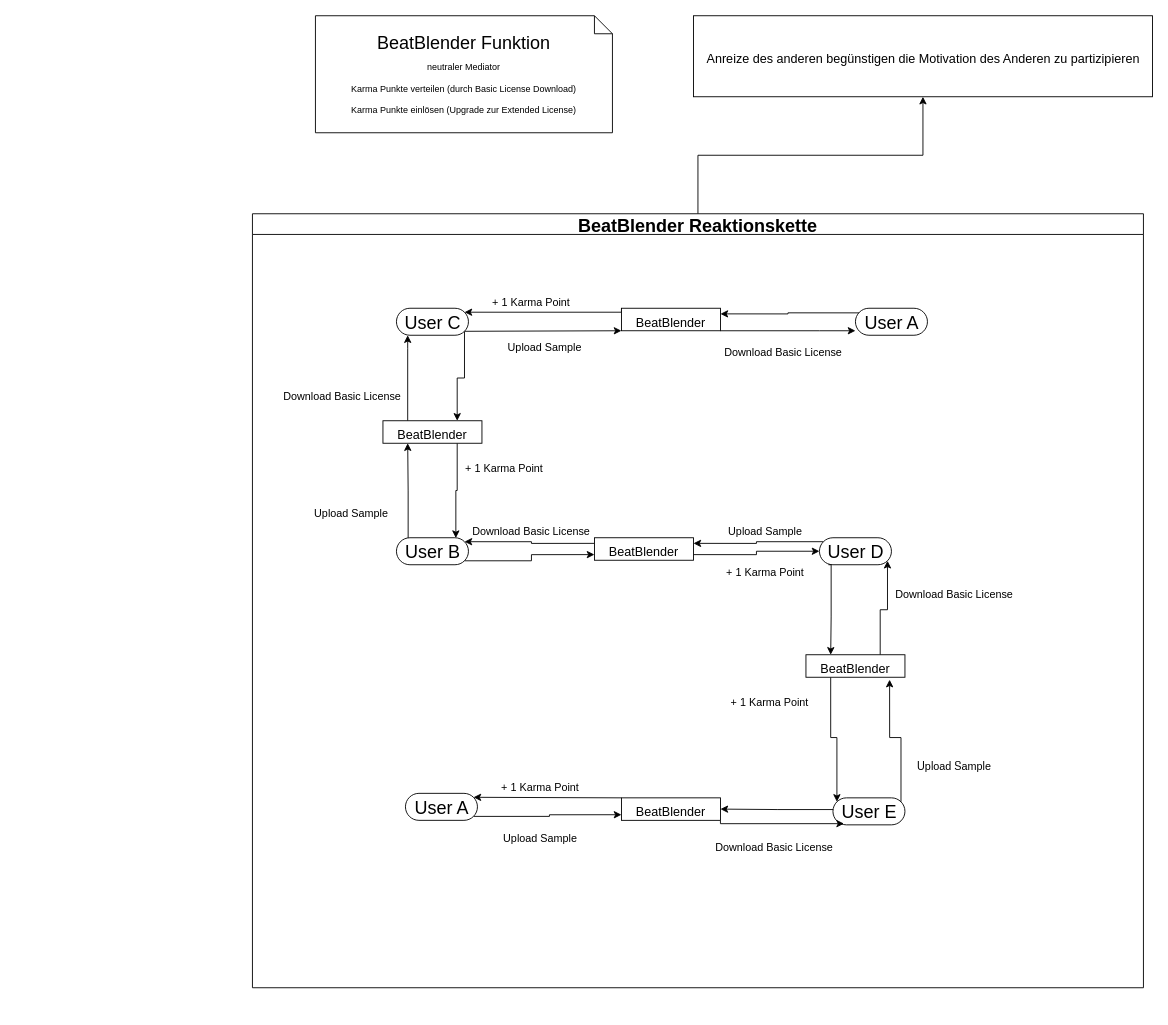
The draw.io diagram page "Reaktionskette" (15 of 15) of beatblender_diagrams.drawio in maximilian-mintchev/Diagrams, before the edit. Source tidied: cells renumbered, new cells numbered last; positions are measured from the earlier drawing's top-left corner, leaving out a move shared by most shapes. Both pictures are drawn from the tidied source at 90%, with x=0, y=0 at pixel (252, 15).
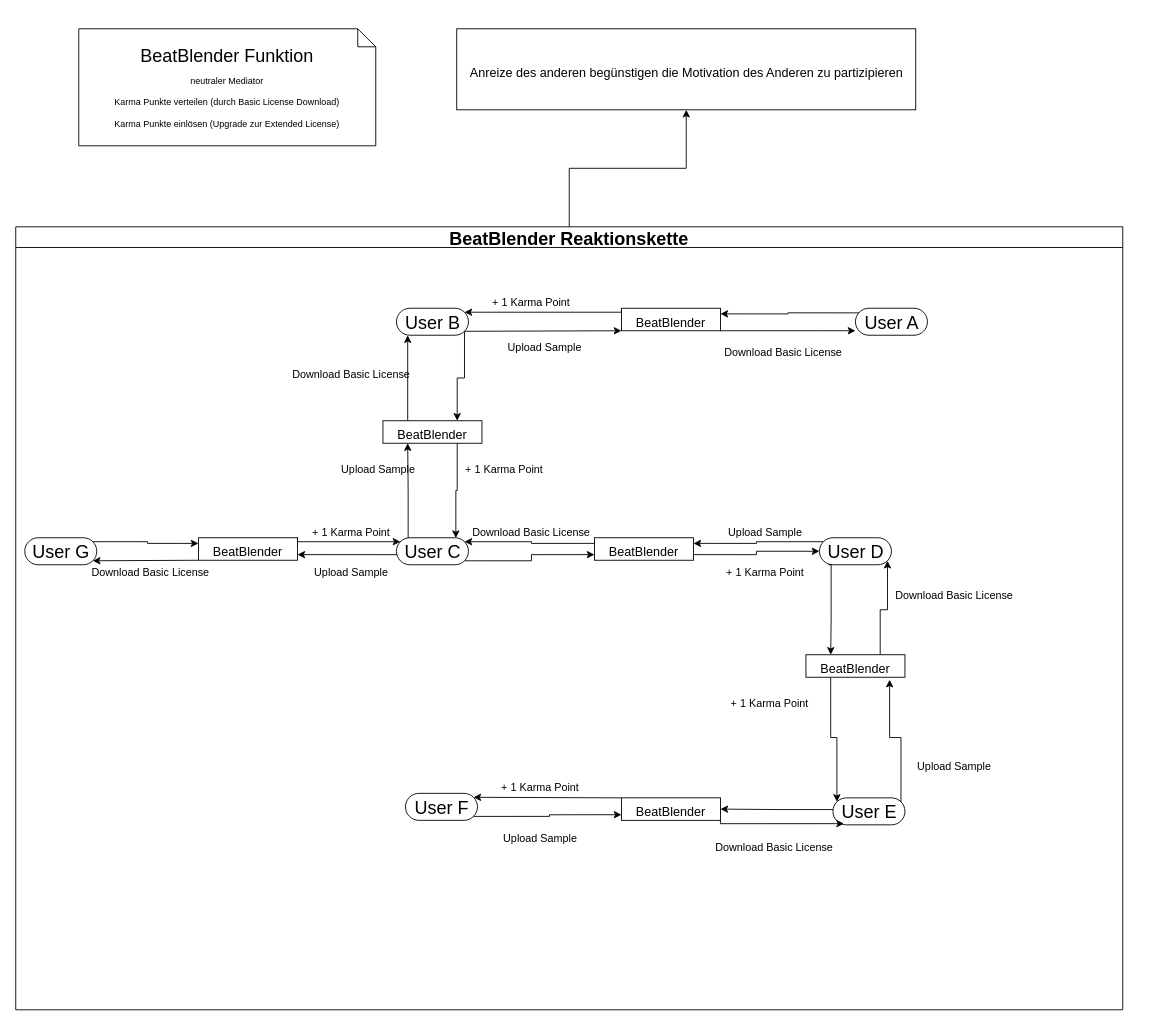
The same diagram, later.

Change to the diagram source:
```diff
@@
-    <mxCell id="6" value="User C" style="html=1;dashed=0;whitespace=wrap;shape=mxgraph.dfd.start;fontSize=20;" parent="1" vertex="1">
+    <mxCell id="6" value="User B" style="html=1;dashed=0;whitespace=wrap;shape=mxgraph.dfd.start;fontSize=20;" parent="1" vertex="1">
       <mxGeometry x="160" y="325" width="80" height="30" as="geometry" />
     </mxCell>
@@
+    <mxCell id="52" style="edgeStyle=orthogonalEdgeStyle;rounded=0;jettySize=auto;html=1;exitX=0;exitY=0;exitDx=4.395;exitDy=25.604999999999997;exitPerimeter=0;entryX=1;entryY=0.75;entryDx=0;entryDy=0;fontSize=20;startArrow=none;startFill=0;endArrow=classic;endFill=1;" parent="1" edge="1" source="11" target="53">
+      <mxGeometry relative="1" as="geometry">
+        <Array as="points">
+          <mxPoint x="164" y="599" />
+        </Array>
+      </mxGeometry>
+    </mxCell>
-    <mxCell id="11" value="User B" style="html=1;dashed=0;whitespace=wrap;shape=mxgraph.dfd.start;fontSize=20;" parent="1" vertex="1">
+    <mxCell id="11" value="User C" style="html=1;dashed=0;whitespace=wrap;shape=mxgraph.dfd.start;fontSize=20;" parent="1" vertex="1">
       <mxGeometry x="160" y="580" width="80" height="30" as="geometry" />
     </mxCell>
@@
-    <mxCell id="21" value="&lt;font style=&quot;font-size: 12px&quot;&gt;Download Basic License&lt;/font&gt;" style="text;html=1;strokeColor=none;fillColor=none;align=center;verticalAlign=middle;whiteSpace=wrap;rounded=0;fontSize=20;" parent="1" vertex="1">
-      <mxGeometry x="30" y="410" width="140" height="20" as="geometry" />
-    </mxCell>
-    <mxCell id="22" value="&lt;font style=&quot;font-size: 12px&quot;&gt;Upload Sample&lt;/font&gt;" style="text;html=1;strokeColor=none;fillColor=none;align=center;verticalAlign=middle;whiteSpace=wrap;rounded=0;fontSize=20;" parent="1" vertex="1">
-      <mxGeometry x="40" y="540" width="140" height="20" as="geometry" />
-    </mxCell>
@@
     <mxCell id="35" value="BeatBlender Reaktionskette" style="swimlane;fontSize=20;" parent="1" vertex="1">
-      <mxGeometry y="220" width="990" height="860" as="geometry" />
+      <mxGeometry x="-263" y="234.5" width="1230" height="870" as="geometry" />
     </mxCell>
     <mxCell id="36" style="edgeStyle=orthogonalEdgeStyle;rounded=0;jettySize=auto;html=1;exitX=0;exitY=0;exitDx=4.395;exitDy=4.395000000000001;exitPerimeter=0;entryX=1;entryY=0.5;entryDx=0;entryDy=0;fontSize=20;startArrow=none;startFill=0;endArrow=classic;endFill=1;" parent="35" edge="1" source="37" target="45">
       <mxGeometry relative="1" as="geometry">
         <Array as="points">
-          <mxPoint x="649" y="662" />
-          <mxPoint x="583" y="662" />
+          <mxPoint x="912" y="647.5" />
+          <mxPoint x="846" y="647.5" />
         </Array>
       </mxGeometry>
     </mxCell>
     <mxCell id="37" value="User E" style="html=1;dashed=0;whitespace=wrap;shape=mxgraph.dfd.start;fontSize=20;" parent="35" vertex="1">
-      <mxGeometry x="645" y="649" width="80" height="30" as="geometry" />
+      <mxGeometry x="908" y="634.5" width="80" height="30" as="geometry" />
     </mxCell>
     <mxCell id="38" value="&lt;font style=&quot;font-size: 12px&quot;&gt;Download Basic License&lt;/font&gt;" style="text;html=1;strokeColor=none;fillColor=none;align=center;verticalAlign=middle;whiteSpace=wrap;rounded=0;fontSize=20;" parent="35" vertex="1">
-      <mxGeometry x="710" y="410" width="140" height="20" as="geometry" />
+      <mxGeometry x="973" y="395.5" width="140" height="20" as="geometry" />
     </mxCell>
     <mxCell id="39" value="&lt;font style=&quot;font-size: 12px&quot;&gt;+ 1 Karma Point&lt;/font&gt;" style="text;html=1;strokeColor=none;fillColor=none;align=center;verticalAlign=middle;whiteSpace=wrap;rounded=0;fontSize=20;" parent="35" vertex="1">
-      <mxGeometry x="505" y="530" width="140" height="20" as="geometry" />
+      <mxGeometry x="768" y="515.5" width="140" height="20" as="geometry" />
     </mxCell>
     <mxCell id="40" value="&lt;font style=&quot;font-size: 12px&quot;&gt;Upload Sample&lt;/font&gt;" style="text;html=1;strokeColor=none;fillColor=none;align=center;verticalAlign=middle;whiteSpace=wrap;rounded=0;fontSize=20;" parent="35" vertex="1">
-      <mxGeometry x="710" y="600" width="140" height="20" as="geometry" />
+      <mxGeometry x="973" y="585.5" width="140" height="20" as="geometry" />
     </mxCell>
@@
-    <mxCell id="42" value="User A" style="html=1;dashed=0;whitespace=wrap;shape=mxgraph.dfd.start;fontSize=20;" parent="35" vertex="1">
-      <mxGeometry x="170" y="644" width="80" height="30" as="geometry" />
+    <mxCell id="42" value="User F" style="html=1;dashed=0;whitespace=wrap;shape=mxgraph.dfd.start;fontSize=20;" parent="35" vertex="1">
+      <mxGeometry x="433" y="629.5" width="80" height="30" as="geometry" />
     </mxCell>
     <mxCell id="43" style="edgeStyle=orthogonalEdgeStyle;rounded=0;jettySize=auto;html=1;exitX=1;exitY=1;exitDx=0;exitDy=0;entryX=0.154;entryY=0.956;entryDx=0;entryDy=0;entryPerimeter=0;fontSize=20;startArrow=none;startFill=0;endArrow=classic;endFill=1;" parent="35" edge="1" source="45" target="37">
       <mxGeometry relative="1" as="geometry">
         <Array as="points">
-          <mxPoint x="520" y="678" />
+          <mxPoint x="783" y="663.5" />
         </Array>
       </mxGeometry>
     </mxCell>
     <mxCell id="44" style="edgeStyle=orthogonalEdgeStyle;rounded=0;jettySize=auto;html=1;exitX=0;exitY=0;exitDx=0;exitDy=0;entryX=0;entryY=0;entryDx=75.605;entryDy=4.395000000000001;entryPerimeter=0;fontSize=20;startArrow=none;startFill=0;endArrow=classic;endFill=1;" parent="35" edge="1" source="45" target="42">
       <mxGeometry relative="1" as="geometry">
         <Array as="points">
-          <mxPoint x="410" y="648" />
+          <mxPoint x="673" y="633.5" />
         </Array>
       </mxGeometry>
     </mxCell>
     <mxCell id="45" value="&lt;font style=&quot;font-size: 14px&quot;&gt;BeatBlender&lt;/font&gt;" style="rounded=0;whiteSpace=wrap;html=1;fontSize=20;" parent="35" vertex="1">
-      <mxGeometry x="410" y="649" width="110" height="25" as="geometry" />
+      <mxGeometry x="673" y="634.5" width="110" height="25" as="geometry" />
     </mxCell>
     <mxCell id="46" value="&lt;font style=&quot;font-size: 12px&quot;&gt;+ 1 Karma Point&lt;/font&gt;" style="text;html=1;strokeColor=none;fillColor=none;align=center;verticalAlign=middle;whiteSpace=wrap;rounded=0;fontSize=20;" parent="35" vertex="1">
-      <mxGeometry x="250" y="624" width="140" height="20" as="geometry" />
+      <mxGeometry x="513" y="609.5" width="140" height="20" as="geometry" />
     </mxCell>
     <mxCell id="47" value="&lt;font style=&quot;font-size: 12px&quot;&gt;Download Basic License&lt;/font&gt;" style="text;html=1;strokeColor=none;fillColor=none;align=center;verticalAlign=middle;whiteSpace=wrap;rounded=0;fontSize=20;" parent="35" vertex="1">
-      <mxGeometry x="510" y="690" width="140" height="20" as="geometry" />
+      <mxGeometry x="773" y="675.5" width="140" height="20" as="geometry" />
     </mxCell>
     <mxCell id="48" value="&lt;font style=&quot;font-size: 12px&quot;&gt;Upload Sample&lt;/font&gt;" style="text;html=1;strokeColor=none;fillColor=none;align=center;verticalAlign=middle;whiteSpace=wrap;rounded=0;fontSize=20;" parent="35" vertex="1">
-      <mxGeometry x="250" y="680" width="140" height="20" as="geometry" />
+      <mxGeometry x="513" y="665.5" width="140" height="20" as="geometry" />
     </mxCell>
+    <mxCell id="53" value="&lt;font style=&quot;font-size: 14px&quot;&gt;BeatBlender&lt;/font&gt;" style="rounded=0;whiteSpace=wrap;html=1;fontSize=20;" parent="35" vertex="1">
+      <mxGeometry x="203" y="345.5" width="110" height="25" as="geometry" />
+    </mxCell>
+    <mxCell id="54" value="&lt;font style=&quot;font-size: 12px&quot;&gt;Upload Sample&lt;/font&gt;" style="text;html=1;strokeColor=none;fillColor=none;align=center;verticalAlign=middle;whiteSpace=wrap;rounded=0;fontSize=20;" parent="35" vertex="1">
+      <mxGeometry x="303" y="370" width="140" height="20" as="geometry" />
+    </mxCell>
+    <mxCell id="22" value="&lt;font style=&quot;font-size: 12px&quot;&gt;Upload Sample&lt;/font&gt;" style="text;html=1;strokeColor=none;fillColor=none;align=center;verticalAlign=middle;whiteSpace=wrap;rounded=0;fontSize=20;" parent="35" vertex="1">
+      <mxGeometry x="333" y="255.5" width="140" height="20" as="geometry" />
+    </mxCell>
+    <mxCell id="55" value="&lt;font style=&quot;font-size: 12px&quot;&gt;Download Basic License&lt;/font&gt;" style="text;html=1;strokeColor=none;fillColor=none;align=center;verticalAlign=middle;whiteSpace=wrap;rounded=0;fontSize=20;" parent="35" vertex="1">
+      <mxGeometry x="80" y="370.5" width="140" height="20" as="geometry" />
+    </mxCell>
+    <mxCell id="56" value="&lt;font style=&quot;font-size: 12px&quot;&gt;+ 1 Karma Point&lt;/font&gt;" style="text;html=1;strokeColor=none;fillColor=none;align=center;verticalAlign=middle;whiteSpace=wrap;rounded=0;fontSize=20;" parent="35" vertex="1">
+      <mxGeometry x="303" y="325.5" width="140" height="20" as="geometry" />
+    </mxCell>
+    <mxCell id="21" value="&lt;font style=&quot;font-size: 12px&quot;&gt;Download Basic License&lt;/font&gt;" style="text;html=1;strokeColor=none;fillColor=none;align=center;verticalAlign=middle;whiteSpace=wrap;rounded=0;fontSize=20;" parent="35" vertex="1">
+      <mxGeometry x="303" y="150" width="140" height="20" as="geometry" />
+    </mxCell>
@@
     <mxCell id="50" value="BeatBlender Funktion&lt;br style=&quot;font-size: 14px&quot;&gt;&lt;font size=&quot;1&quot;&gt;neutraler Mediator&lt;br&gt;Karma Punkte verteilen (durch Basic License Download)&lt;br&gt;Karma Punkte einlösen (Upgrade zur Extended License)&lt;br&gt;&lt;/font&gt;" style="shape=note;size=20;whiteSpace=wrap;html=1;fontSize=20;" parent="1" vertex="1">
-      <mxGeometry x="70" width="330" height="130" as="geometry" />
+      <mxGeometry x="-193" y="14.5" width="330" height="130" as="geometry" />
     </mxCell>
     <mxCell id="51" value="&lt;font style=&quot;font-size: 14px&quot;&gt;Anreize des anderen begünstigen die Motivation des Anderen zu partizipieren&lt;/font&gt;" style="html=1;dashed=0;whitespace=wrap;fontSize=20;" parent="1" vertex="1">
-      <mxGeometry x="490" width="510" height="90" as="geometry" />
+      <mxGeometry x="227" y="14.5" width="510" height="90" as="geometry" />
     </mxCell>
+    <mxCell id="57" style="edgeStyle=orthogonalEdgeStyle;rounded=0;jettySize=auto;html=1;exitX=0;exitY=0;exitDx=75.605;exitDy=4.395000000000001;exitPerimeter=0;entryX=0;entryY=0.25;entryDx=0;entryDy=0;fontSize=20;startArrow=none;startFill=0;endArrow=classic;endFill=1;" parent="1" edge="1" source="58" target="53">
+      <mxGeometry relative="1" as="geometry" />
+    </mxCell>
+    <mxCell id="58" value="User G" style="html=1;dashed=0;whitespace=wrap;shape=mxgraph.dfd.start;fontSize=20;" parent="1" vertex="1">
+      <mxGeometry x="-253" y="580" width="80" height="30" as="geometry" />
+    </mxCell>
+    <mxCell id="59" style="edgeStyle=orthogonalEdgeStyle;rounded=0;jettySize=auto;html=1;exitX=0;exitY=1;exitDx=0;exitDy=0;entryX=0;entryY=0;entryDx=75.605;entryDy=25.604999999999997;entryPerimeter=0;fontSize=20;startArrow=none;startFill=0;endArrow=classic;endFill=1;" parent="1" edge="1" source="53" target="58">
+      <mxGeometry relative="1" as="geometry">
+        <Array as="points">
+          <mxPoint x="-60" y="606" />
+        </Array>
+      </mxGeometry>
+    </mxCell>
+    <mxCell id="60" style="edgeStyle=orthogonalEdgeStyle;rounded=0;jettySize=auto;html=1;exitX=1;exitY=0;exitDx=0;exitDy=0;entryX=0;entryY=0;entryDx=4.395;entryDy=4.395000000000001;entryPerimeter=0;fontSize=20;startArrow=none;startFill=0;endArrow=classic;endFill=1;" parent="1" edge="1" source="53" target="11">
+      <mxGeometry relative="1" as="geometry">
+        <Array as="points">
+          <mxPoint x="50" y="584" />
+        </Array>
+      </mxGeometry>
+    </mxCell>
```
